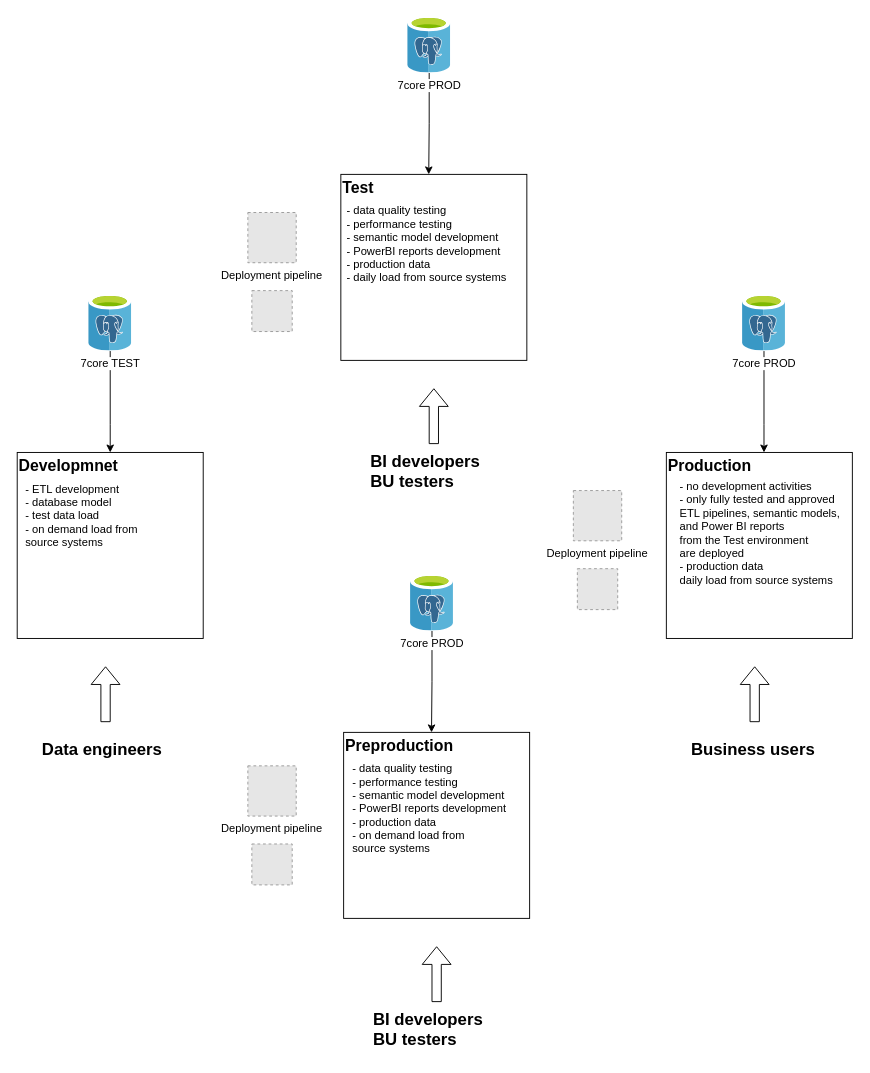
lhlavac/Architecture keeps this draw.io diagram as page "Enwironments" (2 of 2) of PWTC_architecture.drawio. Above is the earlier version. Source tidied: cells renumbered, new cells numbered last; positions are measured from the earlier drawing's top-left corner, leaving out a move shared by most shapes. Both pictures are drawn from the tidied source at 93%, with x=0, y=0 at pixel (16, 16). Pictures stored in the file or linked from it are replaced by grey dashed boxes.
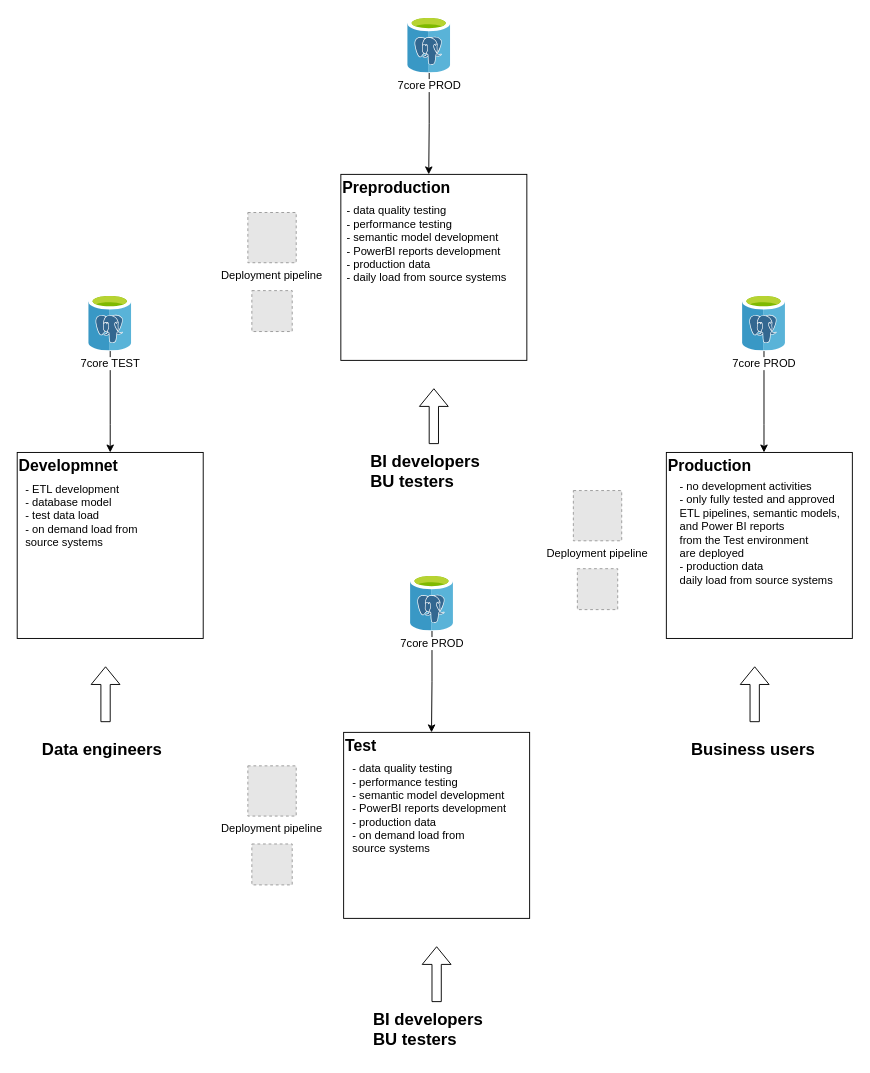
The same diagram, later.

Change to the diagram source:
```diff
@@
-    <mxCell id="8" value="Test" style="text;strokeColor=none;align=left;fillColor=none;html=1;verticalAlign=middle;whiteSpace=wrap;rounded=0;fontSize=17;fontStyle=1;" parent="1" vertex="1">
+    <mxCell id="8" value="Preproduction" style="text;strokeColor=none;align=left;fillColor=none;html=1;verticalAlign=middle;whiteSpace=wrap;rounded=0;fontSize=17;fontStyle=1;" parent="1" vertex="1">
       <mxGeometry x="349" y="170" width="126" height="30" as="geometry" />
     </mxCell>
@@
-    <mxCell id="28" value="Preproduction" style="text;strokeColor=none;align=left;fillColor=none;html=1;verticalAlign=middle;whiteSpace=wrap;rounded=0;fontSize=17;fontStyle=1;" parent="1" vertex="1">
+    <mxCell id="28" value="Test" style="text;strokeColor=none;align=left;fillColor=none;html=1;verticalAlign=middle;whiteSpace=wrap;rounded=0;fontSize=17;fontStyle=1;" parent="1" vertex="1">
       <mxGeometry x="352" y="770" width="126" height="30" as="geometry" />
     </mxCell>
```
